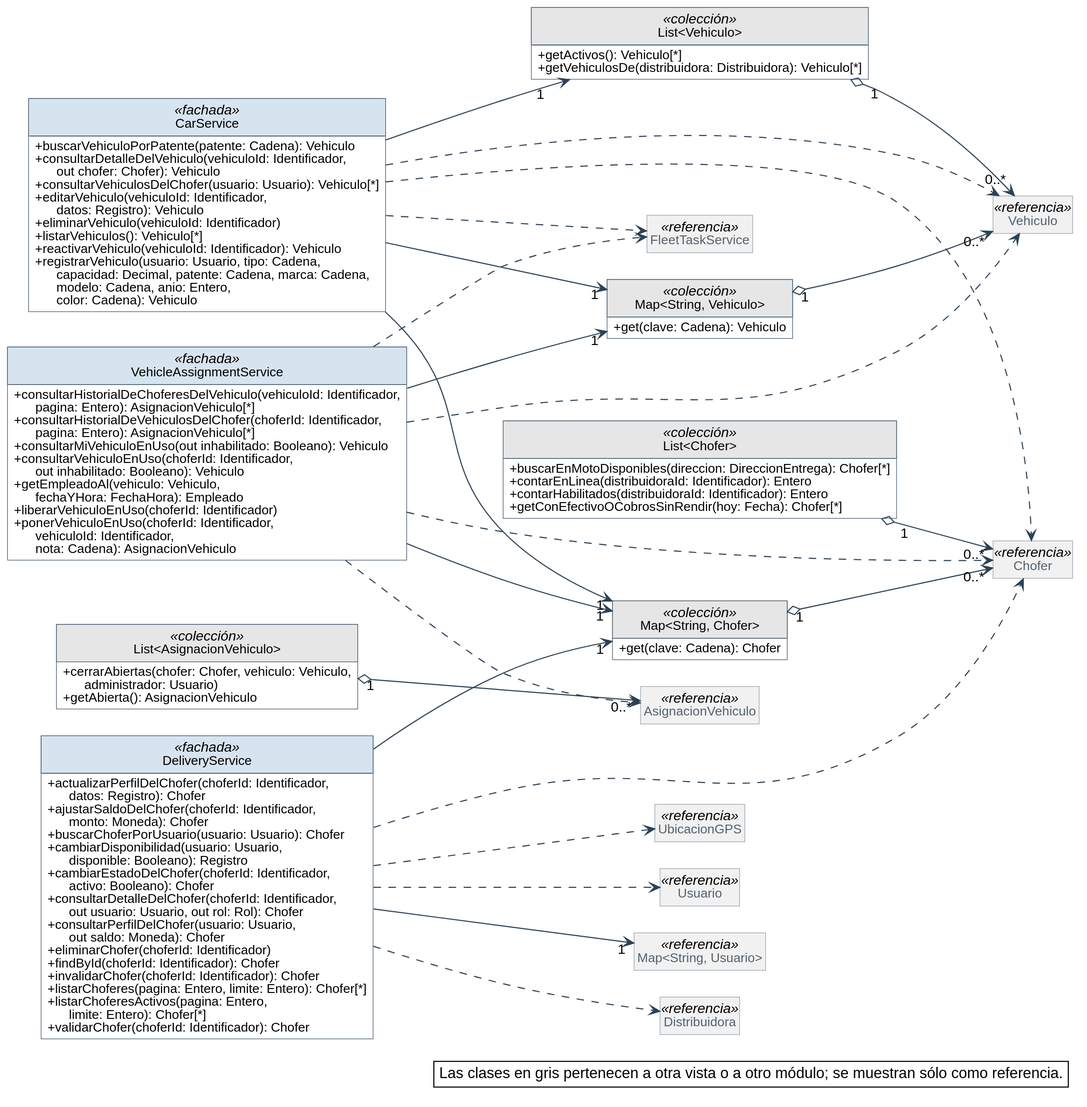
Nahuelito-Dev/splg-docs keeps this PlantUML diagram as diagramas/clases-diseno/DC_Mod_Choferes-y-vehiculos.svg. Above is the earlier version.
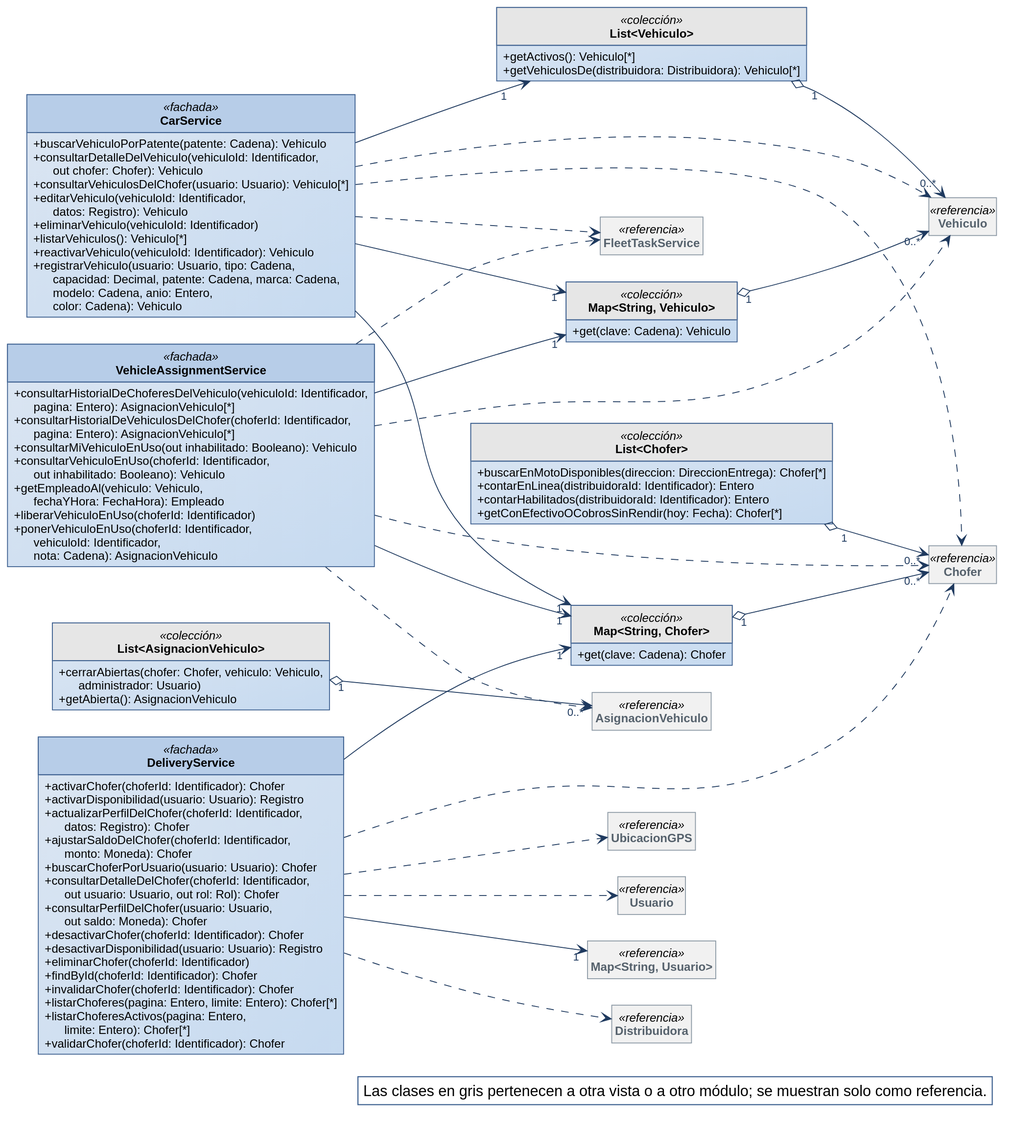
Later version of the same file.

Change to the diagram source:
```diff
@@ -1,59 +1,29 @@
 @startuml
-skinparam backgroundColor #FFFFFF
-skinparam shadowing false
-skinparam defaultFontName Helvetica
-skinparam defaultFontSize 13
-skinparam dpi 150
+!include ../estilo-vp.iuml
 skinparam nodesep 40
 skinparam ranksep 55
-skinparam classAttributeIconSize 0
-skinparam roundCorner 0
 skinparam genericDisplay old
-skinparam class {
-  BorderColor #2C4257
-  BackgroundColor #FFFFFF
-  ArrowColor #2C4257
-  FontSize 14
-  AttributeFontSize 12
-  HeaderBackgroundColor #E8EEF3
-}
 skinparam class<<referencia>> {
   BackgroundColor #F1F1F1
   BorderColor #8A97A3
   FontColor #55616C
 }
 skinparam class<<fachada>> {
-  HeaderBackgroundColor #D6E4F0
+  HeaderBackgroundColor #B7CDE8
 }
 skinparam class<<controlador>> {
-  HeaderBackgroundColor #D6E4F0
+  HeaderBackgroundColor #B7CDE8
 }
 skinparam class<<fabricación pura>> {
-  HeaderBackgroundColor #F3E9CF
+  HeaderBackgroundColor #E4ECF6
 }
 skinparam class<<colección>> {
   HeaderBackgroundColor #E6E6E6
 }
 skinparam class<<adaptador>> {
-  HeaderBackgroundColor #DCEBDD
-}
-skinparam interface {
-  BorderColor #2C4257
-  BackgroundColor #FFFFFF
-  HeaderBackgroundColor #DCEBDD
-  FontSize 14
-  AttributeFontSize 12
-}
-skinparam note {
-  BackgroundColor #FFFFFF
-  BorderColor #2C4257
+  HeaderBackgroundColor #D5E3F3
 }
 skinparam packageStyle rectangle
-skinparam package {
-  BorderColor #8A97A3
-  FontSize 13
-  FontColor #55616C
-}
 hide circle
 hide empty members
 
@@ -61,13 +31,15 @@
 skinparam nodesep 25
 skinparam ranksep 90
 class DeliveryService <<fachada>> {
+  + activarChofer(choferId: Identificador): Chofer
+  + activarDisponibilidad(usuario: Usuario): Registro
   + actualizarPerfilDelChofer(choferId: Identificador,\n      datos: Registro): Chofer
   + ajustarSaldoDelChofer(choferId: Identificador,\n      monto: Moneda): Chofer
   + buscarChoferPorUsuario(usuario: Usuario): Chofer
-  + cambiarDisponibilidad(usuario: Usuario,\n      disponible: Booleano): Registro
-  + cambiarEstadoDelChofer(choferId: Identificador,\n      activo: Booleano): Chofer
   + consultarDetalleDelChofer(choferId: Identificador,\n      out usuario: Usuario, out rol: Rol): Chofer
   + consultarPerfilDelChofer(usuario: Usuario,\n      out saldo: Moneda): Chofer
+  + desactivarChofer(choferId: Identificador): Chofer
+  + desactivarDisponibilidad(usuario: Usuario): Registro
   + eliminarChofer(choferId: Identificador)
   + findById(choferId: Identificador): Chofer
   + invalidarChofer(choferId: Identificador): Chofer
@@ -94,12 +66,12 @@
   + reactivarVehiculo(vehiculoId: Identificador): Vehiculo
   + registrarVehiculo(usuario: Usuario, tipo: Cadena,\n      capacidad: Decimal, patente: Cadena, marca: Cadena,\n      modelo: Cadena, anio: Entero,\n      color: Cadena): Vehiculo
 }
-class "Map<String, Vehiculo>" as Map_String_Vehiculo <<colección>> {
-  + get(clave: Cadena): Vehiculo
-}
 class "List<Vehiculo>" as List_Vehiculo <<colección>> {
   + getActivos(): Vehiculo[*]
   + getVehiculosDe(distribuidora: Distribuidora): Vehiculo[*]
+}
+class "Map<String, Vehiculo>" as Map_String_Vehiculo <<colección>> {
+  + get(clave: Cadena): Vehiculo
 }
 class VehicleAssignmentService <<fachada>> {
   + consultarHistorialDeChoferesDelVehiculo(vehiculoId: Identificador,\n      pagina: Entero): AsignacionVehiculo[*]
@@ -125,8 +97,8 @@
 
 Map_String_Chofer "1" o--> "0..*" Chofer
 List_Chofer "1" o--> "0..*" Chofer
+List_Vehiculo "1" o--> "0..*" Vehiculo
 Map_String_Vehiculo "1" o--> "0..*" Vehiculo
-List_Vehiculo "1" o--> "0..*" Vehiculo
 List_AsignacionVehiculo "1" o--> "0..*" AsignacionVehiculo
 CarService --> "1" List_Vehiculo
 CarService --> "1" Map_String_Chofer
@@ -148,6 +120,6 @@
 VehicleAssignmentService ..> Vehiculo
 
 legend bottom right
-  Las clases en gris pertenecen a otra vista o a otro módulo; se muestran sólo como referencia.
+  Las clases en gris pertenecen a otra vista o a otro módulo; se muestran solo como referencia.
 endlegend
 @enduml
```
